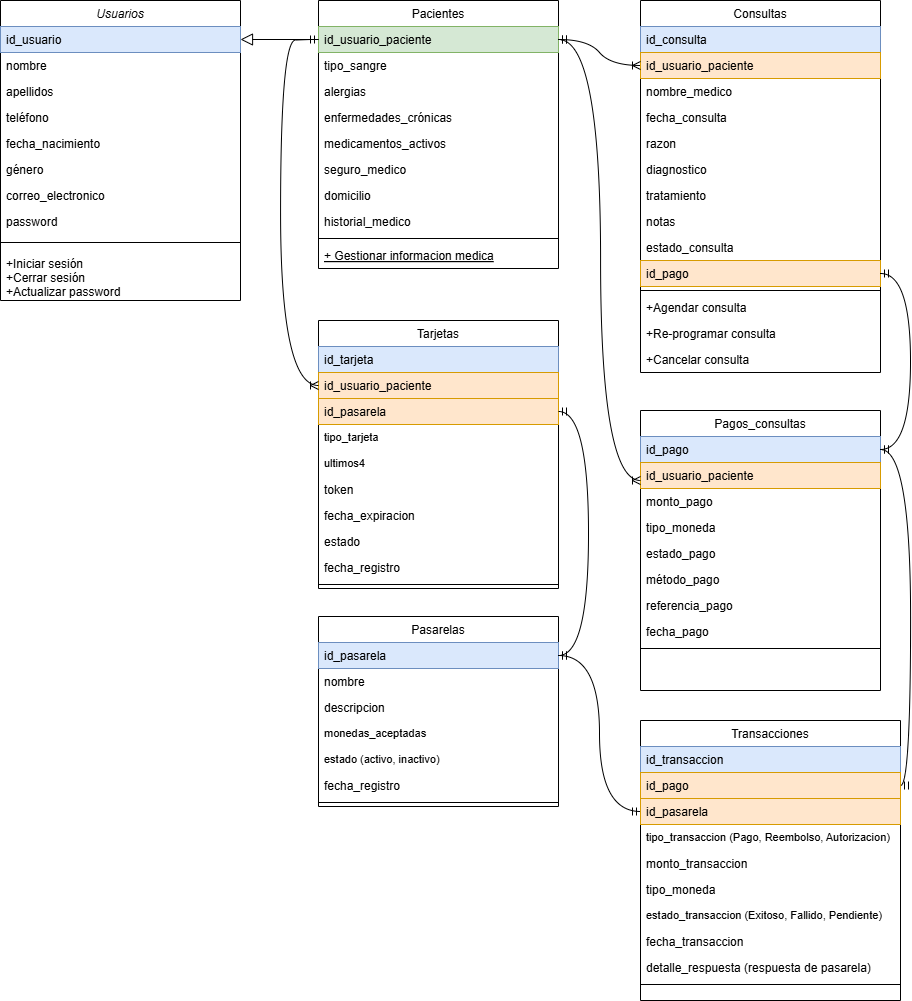
The draw.io diagram Diagrama_de_clases.drawio.png in MarCarrera/invitacion-digital-xv-a-os, before a commit. Source tidied: cells renumbered, new cells last; positions are measured from the earlier drawing's top-left corner, leaving out a move shared by most shapes.
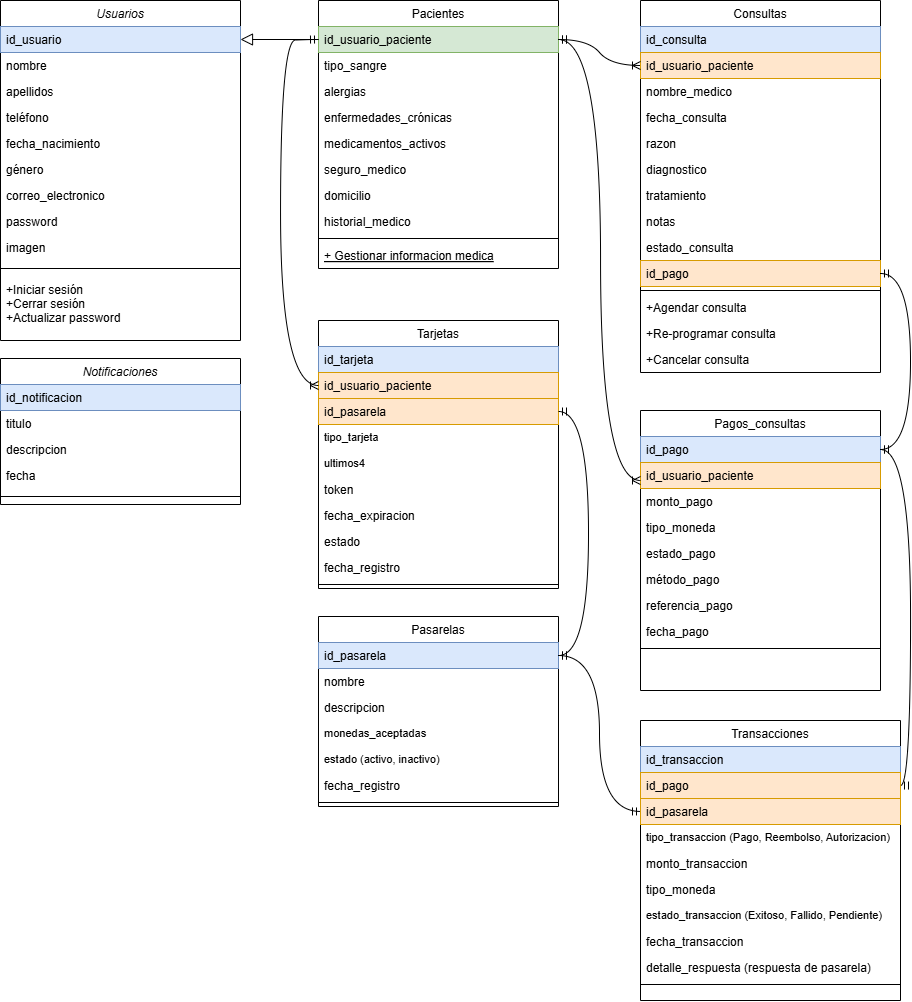
Later version of the same file.

The edit, as a diff of the source:
```diff
@@ -3,7 +3,7 @@
     <mxCell id="0" />
     <mxCell id="1" parent="0" />
     <mxCell id="2" value="Usuarios" style="swimlane;fontStyle=2;align=center;verticalAlign=top;horizontal=1;startSize=26;rounded=0;shadow=0;strokeWidth=1;" parent="1" vertex="1">
-      <mxGeometry width="240" height="300" as="geometry" />
+      <mxGeometry width="240" height="340" as="geometry" />
     </mxCell>
     <mxCell id="3" value="id_usuario" style="text;align=left;verticalAlign=top;spacingLeft=4;spacingRight=4;overflow=hidden;points=[[0,0.5],[1,0.5]];portConstraint=eastwest;fillColor=#dae8fc;strokeColor=#6c8ebf;" parent="2" vertex="1">
       <mxGeometry y="26" width="240" height="26" as="geometry" />
@@ -29,11 +29,14 @@
     <mxCell id="10" value="password" style="text;align=left;verticalAlign=top;spacingLeft=4;spacingRight=4;overflow=hidden;rounded=0;shadow=0;html=0;" parent="2" vertex="1">
       <mxGeometry y="208" width="240" height="26" as="geometry" />
     </mxCell>
+    <mxCell id="87" value="imagen" style="text;align=left;verticalAlign=top;spacingLeft=4;spacingRight=4;overflow=hidden;rounded=0;shadow=0;html=0;" parent="2" vertex="1">
+      <mxGeometry y="234" width="240" height="26" as="geometry" />
+    </mxCell>
     <mxCell id="11" style="line;html=1;strokeWidth=1;align=left;verticalAlign=middle;spacingTop=-1;spacingLeft=3;spacingRight=3;labelPosition=right;" parent="2" vertex="1">
-      <mxGeometry y="234" width="240" height="16" as="geometry" />
+      <mxGeometry y="260" width="240" height="16" as="geometry" />
     </mxCell>
     <mxCell id="12" value="+Iniciar sesión&#10;+Cerrar sesión&#10;+Actualizar password" style="text;align=left;verticalAlign=top;spacingLeft=4;spacingRight=4;overflow=hidden;" parent="2" vertex="1">
-      <mxGeometry y="250" width="240" height="50" as="geometry" />
+      <mxGeometry y="276" width="240" height="64" as="geometry" />
     </mxCell>
     <mxCell id="13" value="Pacientes" style="swimlane;fontStyle=0;align=center;verticalAlign=top;horizontal=1;startSize=26;rounded=0;shadow=0;strokeWidth=1;" parent="1" vertex="1">
       <mxGeometry x="318" width="240" height="268" as="geometry" />
@@ -285,5 +288,23 @@
         </Array>
       </mxGeometry>
     </mxCell>
+    <mxCell id="88" value="Notificaciones" style="swimlane;fontStyle=2;align=center;verticalAlign=top;horizontal=1;startSize=26;rounded=0;shadow=0;strokeWidth=1;" parent="1" vertex="1">
+      <mxGeometry y="358" width="240" height="146" as="geometry" />
+    </mxCell>
+    <mxCell id="89" value="id_notificacion" style="text;align=left;verticalAlign=top;spacingLeft=4;spacingRight=4;overflow=hidden;fillColor=#dae8fc;strokeColor=#6c8ebf;" parent="88" vertex="1">
+      <mxGeometry y="26" width="240" height="26" as="geometry" />
+    </mxCell>
+    <mxCell id="90" value="titulo" style="text;align=left;verticalAlign=top;spacingLeft=4;spacingRight=4;overflow=hidden;rounded=0;shadow=0;html=0;" parent="88" vertex="1">
+      <mxGeometry y="52" width="240" height="26" as="geometry" />
+    </mxCell>
+    <mxCell id="91" value="descripcion" style="text;align=left;verticalAlign=top;spacingLeft=4;spacingRight=4;overflow=hidden;rounded=0;shadow=0;html=0;" parent="88" vertex="1">
+      <mxGeometry y="78" width="240" height="26" as="geometry" />
+    </mxCell>
+    <mxCell id="92" value="fecha" style="text;align=left;verticalAlign=top;spacingLeft=4;spacingRight=4;overflow=hidden;rounded=0;shadow=0;html=0;" parent="88" vertex="1">
+      <mxGeometry y="104" width="240" height="26" as="geometry" />
+    </mxCell>
+    <mxCell id="93" style="line;html=1;strokeWidth=1;align=left;verticalAlign=middle;spacingTop=-1;spacingLeft=3;spacingRight=3;labelPosition=right;" parent="88" vertex="1">
+      <mxGeometry y="130" width="240" height="16" as="geometry" />
+    </mxCell>
   </root>
 </mxGraphModel>
```
